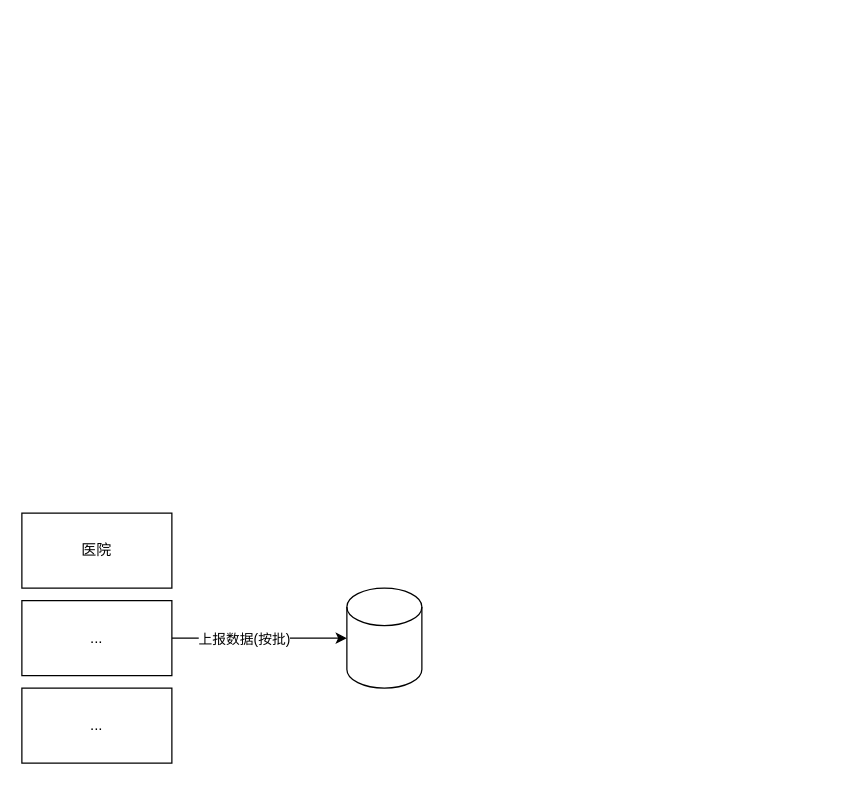
Earlier version of the draw.io diagram rongda-dep/数据校验上层.drawio (cherishsince/diagrams.net). Source tidied: cells renumbered, new cells numbered last; positions are measured from the earlier drawing's top-left corner, leaving out a move shared by most shapes. Both pictures are drawn from the tidied source at 125%, with x=0, y=0 at pixel (21, 512).
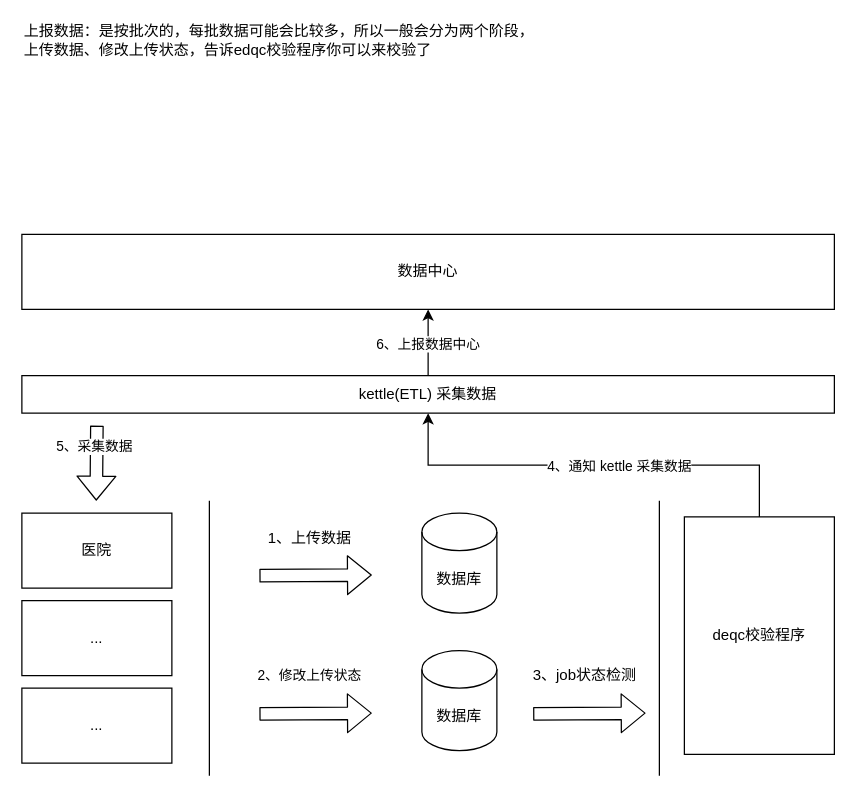
The same diagram, later.

Commit message (it also covers changes not shown here):
更新数据校验上层.drawio

Unchanged cells that the change refers to:
```xml
<mxCell id="5" value="..." style="rounded=0;whiteSpace=wrap;html=1;" parent="1" vertex="1">
  <mxGeometry y="70" width="120" height="60" as="geometry" />
</mxCell>
```

Diff of the diagram source:
```diff
@@
-    <mxCell id="3" style="edgeStyle=orthogonalEdgeStyle;rounded=0;jettySize=auto;html=1;" parent="1" edge="1" source="5" target="7">
-      <mxGeometry relative="1" as="geometry" />
-    </mxCell>
-    <mxCell id="4" value="上报数据(按批)" style="edgeLabel;html=1;align=center;verticalAlign=middle;" parent="3" vertex="1">
-      <mxGeometry x="-0.18" relative="1" as="geometry" />
-    </mxCell>
@@
-    <mxCell id="7" style="shape=cylinder3;whiteSpace=wrap;html=1;boundedLbl=1;backgroundOutline=1;size=15;" parent="1" vertex="1">
-      <mxGeometry x="260" y="60" width="60" height="80" as="geometry" />
+    <mxCell id="7" value="数据库" style="shape=cylinder3;whiteSpace=wrap;html=1;boundedLbl=1;backgroundOutline=1;size=15;" parent="1" vertex="1">
+      <mxGeometry x="320" width="60" height="80" as="geometry" />
     </mxCell>
+    <mxCell id="8" style="endArrow=none;html=1;" parent="1" edge="1">
+      <mxGeometry relative="1" as="geometry">
+        <mxPoint x="150" y="210" as="sourcePoint" />
+        <mxPoint x="150" y="-10" as="targetPoint" />
+      </mxGeometry>
+    </mxCell>
+    <mxCell id="9" value="上报数据：是按批次的，每批数据可能会比较多，所以一般会分为两个阶段，&lt;br&gt;上传数据、修改上传状态，告诉edqc校验程序你可以来校验了" style="text;html=1;align=left;verticalAlign=middle;" parent="1" vertex="1">
+      <mxGeometry y="-393" width="420" height="30" as="geometry" />
+    </mxCell>
+    <mxCell id="10" value="数据库" style="shape=cylinder3;whiteSpace=wrap;html=1;boundedLbl=1;backgroundOutline=1;size=15;" parent="1" vertex="1">
+      <mxGeometry x="320" y="110" width="60" height="80" as="geometry" />
+    </mxCell>
+    <mxCell id="11" style="shape=flexArrow;endArrow=classic;html=1;" parent="1" edge="1">
+      <mxGeometry x="300" y="423" as="geometry">
+        <mxPoint x="190" y="50" as="sourcePoint" />
+        <mxPoint x="280" y="49.5" as="targetPoint" />
+      </mxGeometry>
+    </mxCell>
+    <mxCell id="12" value="1、上传数据" style="text;html=1;align=center;verticalAlign=middle;" parent="1" vertex="1">
+      <mxGeometry x="190" y="10" width="80" height="20" as="geometry" />
+    </mxCell>
+    <mxCell id="13" style="shape=flexArrow;endArrow=classic;html=1;" parent="1" edge="1">
+      <mxGeometry x="280" y="543" as="geometry">
+        <mxPoint x="190" y="160.5" as="sourcePoint" />
+        <mxPoint x="280" y="160" as="targetPoint" />
+      </mxGeometry>
+    </mxCell>
+    <mxCell id="14" value="&lt;span style=&quot;font-size: 11px ; background-color: rgb(255 , 255 , 255)&quot;&gt;2、修改上传状态&lt;/span&gt;" style="text;html=1;align=center;verticalAlign=middle;" parent="1" vertex="1">
+      <mxGeometry x="175" y="120" width="110" height="20" as="geometry" />
+    </mxCell>
+    <mxCell id="15" style="shape=flexArrow;endArrow=classic;html=1;" parent="1" edge="1">
+      <mxGeometry x="499" y="543" as="geometry">
+        <mxPoint x="409" y="160.5" as="sourcePoint" />
+        <mxPoint x="499" y="160" as="targetPoint" />
+      </mxGeometry>
+    </mxCell>
+    <mxCell id="16" value="3、job状态检测" style="text;html=1;align=center;verticalAlign=middle;" parent="1" vertex="1">
+      <mxGeometry x="400" y="120" width="100" height="20" as="geometry" />
+    </mxCell>
+    <mxCell id="17" style="endArrow=none;html=1;" parent="1" edge="1">
+      <mxGeometry relative="1" as="geometry">
+        <mxPoint x="510" y="210" as="sourcePoint" />
+        <mxPoint x="510" y="-10" as="targetPoint" />
+      </mxGeometry>
+    </mxCell>
+    <mxCell id="18" style="edgeStyle=orthogonalEdgeStyle;rounded=0;jettySize=auto;html=1;" parent="1" edge="1" source="20" target="23">
+      <mxGeometry relative="1" as="geometry" />
+    </mxCell>
+    <mxCell id="19" value="4、通知 kettle 采集数据" style="edgeLabel;html=1;align=center;verticalAlign=middle;" parent="18" vertex="1">
+      <mxGeometry x="-0.11" y="1" relative="1" as="geometry">
+        <mxPoint x="1" as="offset" />
+      </mxGeometry>
+    </mxCell>
+    <mxCell id="20" value="&lt;span&gt;deqc校验程序&lt;/span&gt;" style="rounded=0;whiteSpace=wrap;html=1;" parent="1" vertex="1">
+      <mxGeometry x="530" y="3" width="120" height="190" as="geometry" />
+    </mxCell>
+    <mxCell id="21" style="edgeStyle=orthogonalEdgeStyle;rounded=0;jettySize=auto;html=1;" parent="1" edge="1" source="23" target="26">
+      <mxGeometry relative="1" as="geometry" />
+    </mxCell>
+    <mxCell id="22" value="6、上报数据中心" style="edgeLabel;html=1;align=center;verticalAlign=middle;" parent="21" vertex="1">
+      <mxGeometry x="-0.02" y="1" relative="1" as="geometry" />
+    </mxCell>
+    <mxCell id="23" value="kettle(ETL) 采集数据" style="rounded=0;whiteSpace=wrap;html=1;" parent="1" vertex="1">
+      <mxGeometry y="-110" width="650" height="30" as="geometry" />
+    </mxCell>
+    <mxCell id="24" style="shape=flexArrow;endArrow=classic;html=1;" parent="1" edge="1">
+      <mxGeometry relative="1" as="geometry">
+        <mxPoint x="60" y="-70" as="sourcePoint" />
+        <mxPoint x="59.5" y="-10" as="targetPoint" />
+      </mxGeometry>
+    </mxCell>
+    <mxCell id="25" value="5、采集数据" style="edgeLabel;html=1;align=center;verticalAlign=middle;" parent="24" vertex="1">
+      <mxGeometry x="-0.43" y="-2" relative="1" as="geometry" />
+    </mxCell>
+    <mxCell id="26" value="数据中心" style="rounded=0;whiteSpace=wrap;html=1;" parent="1" vertex="1">
+      <mxGeometry y="-223" width="650" height="60" as="geometry" />
+    </mxCell>
```
